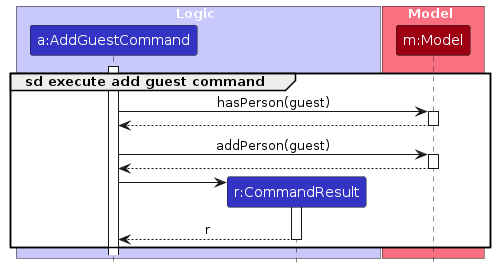
The PlantUML diagram diagrams/AddGuestSequenceDiagramP3.png in AY2425S1-CS2103T-F09-3/tp, before a commit. Its source is kept beside it as diagrams/AddGuestSequenceDiagramP3.puml. Its diagram source:
```plantuml
@startuml
!include style.puml
skinparam ArrowFontStyle plain

box Logic LOGIC_COLOR_T1
participant "a:AddGuestCommand" as AddGuestCommand LOGIC_COLOR
participant "r:CommandResult" as CommandResult LOGIC_COLOR
end box

box Model MODEL_COLOR_T1
participant "m:Model" as Model MODEL_COLOR
end box

group sd execute add guest command
   activate AddGuestCommand
   AddGuestCommand -> Model : hasPerson(guest)
   activate Model

   Model --> AddGuestCommand
   deactivate Model

   AddGuestCommand -> Model : addPerson(guest)
   activate Model

   Model --> AddGuestCommand
   deactivate Model

   create CommandResult
   AddGuestCommand -> CommandResult
   activate CommandResult

   CommandResult --> AddGuestCommand : r
   deactivate CommandResult
end
@enduml
```
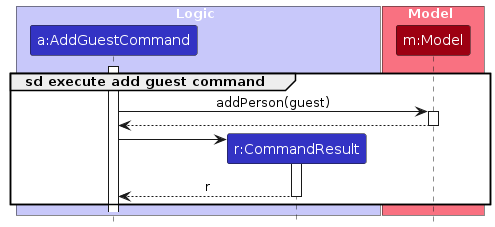
After the change.

Diff of the diagram source:
```diff
@@ -13,11 +13,6 @@
 
 group sd execute add guest command
    activate AddGuestCommand
-   AddGuestCommand -> Model : hasPerson(guest)
-   activate Model
-
-   Model --> AddGuestCommand
-   deactivate Model
 
    AddGuestCommand -> Model : addPerson(guest)
    activate Model
```
